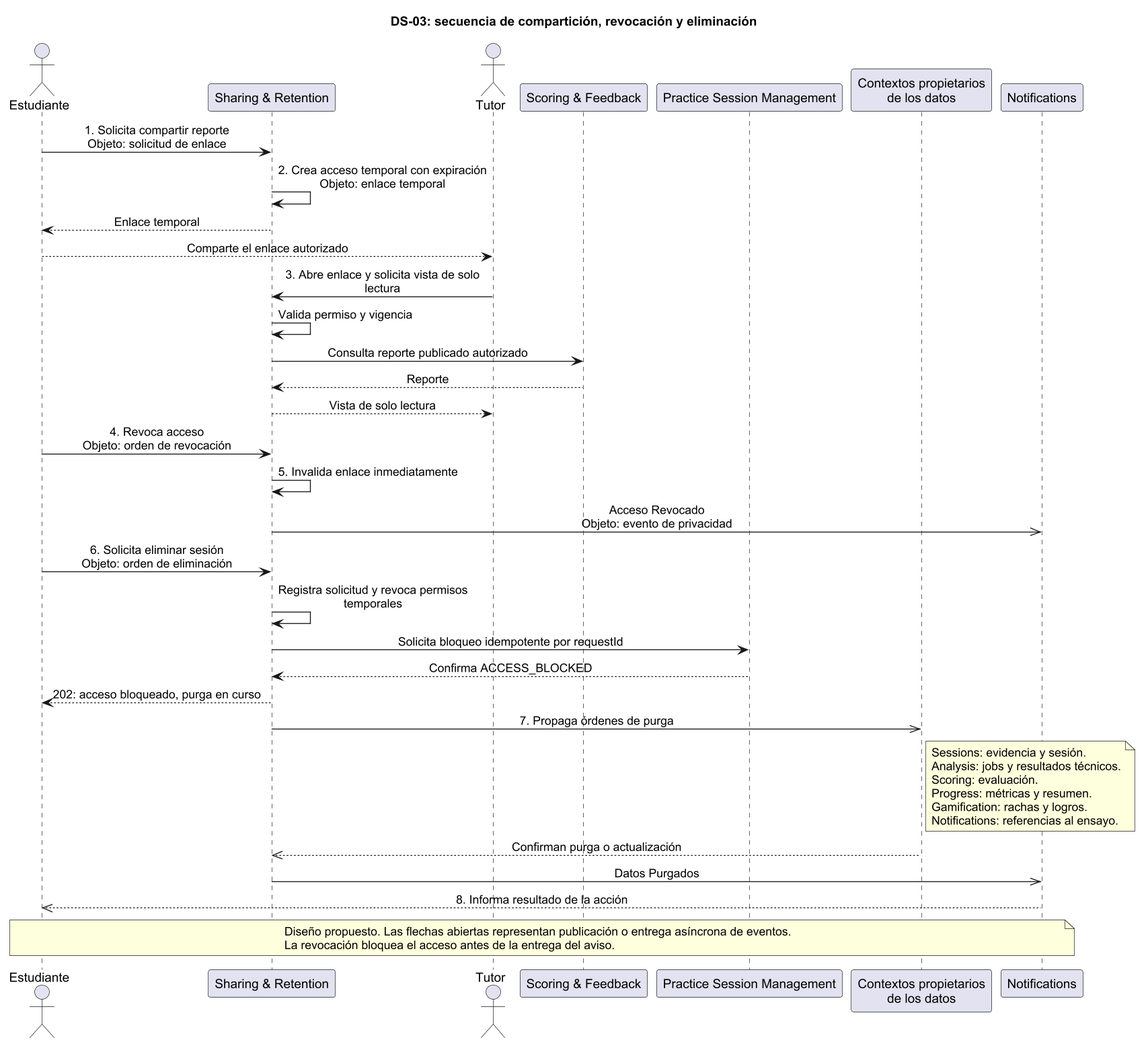
Earlier version of the PlantUML export assets/diagrams/c4/privacy-story-sequence.png (upc-pre-202620-si728-16365-thropic/talki-project-report).
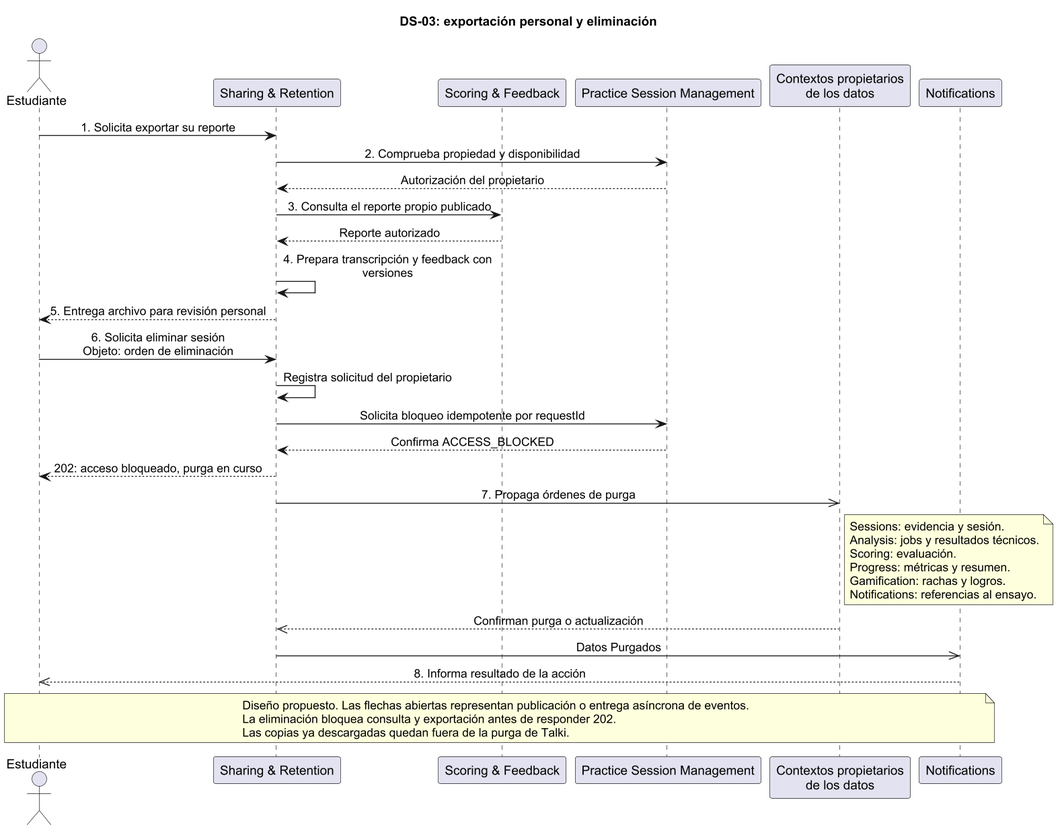
The same file after the commit.

Diff of the diagram source:
```diff
@@ -3,28 +3,22 @@
 skinparam dpi 130
 skinparam sequenceMessageAlign center
 skinparam maxMessageSize 250
-title DS-03: secuencia de compartición, revocación y eliminación
+title DS-03: exportación personal y eliminación
 actor Estudiante as student
 participant "Sharing & Retention" as sharing
-actor "Tutor" as tutor
 participant "Scoring & Feedback" as scoring
 participant "Practice Session Management" as sessions
 participant "Contextos propietarios\nde los datos" as owners
 participant "Notifications" as notifications
-student -> sharing : 1. Solicita compartir reporte\nObjeto: solicitud de enlace
-sharing -> sharing : 2. Crea acceso temporal con expiración\nObjeto: enlace temporal
-sharing --> student : Enlace temporal
-student --> tutor : Comparte el enlace autorizado
-tutor -> sharing : 3. Abre enlace y solicita vista de solo lectura
-sharing -> sharing : Valida permiso y vigencia
-sharing -> scoring : Consulta reporte publicado autorizado
-scoring --> sharing : Reporte
-sharing --> tutor : Vista de solo lectura
-student -> sharing : 4. Revoca acceso\nObjeto: orden de revocación
-sharing -> sharing : 5. Invalida enlace inmediatamente
-sharing ->> notifications : Acceso Revocado\nObjeto: evento de privacidad
+student -> sharing : 1. Solicita exportar su reporte
+sharing -> sessions : 2. Comprueba propiedad y disponibilidad
+sessions --> sharing : Autorización del propietario
+sharing -> scoring : 3. Consulta el reporte propio publicado
+scoring --> sharing : Reporte autorizado
+sharing -> sharing : 4. Prepara transcripción y feedback con versiones
+sharing --> student : 5. Entrega archivo para revisión personal
 student -> sharing : 6. Solicita eliminar sesión\nObjeto: orden de eliminación
-sharing -> sharing : Registra solicitud y revoca permisos temporales
+sharing -> sharing : Registra solicitud del propietario
 sharing -> sessions : Solicita bloqueo idempotente por requestId
 sessions --> sharing : Confirma ACCESS_BLOCKED
 sharing --> student : 202: acceso bloqueado, purga en curso
@@ -42,6 +36,7 @@
 notifications -->> student : 8. Informa resultado de la acción
 note over student, notifications
 Diseño propuesto. Las flechas abiertas representan publicación o entrega asíncrona de eventos.
-La revocación bloquea el acceso antes de la entrega del aviso.
+La eliminación bloquea consulta y exportación antes de responder 202.
+Las copias ya descargadas quedan fuera de la purga de Talki.
 end note
 @enduml
```
